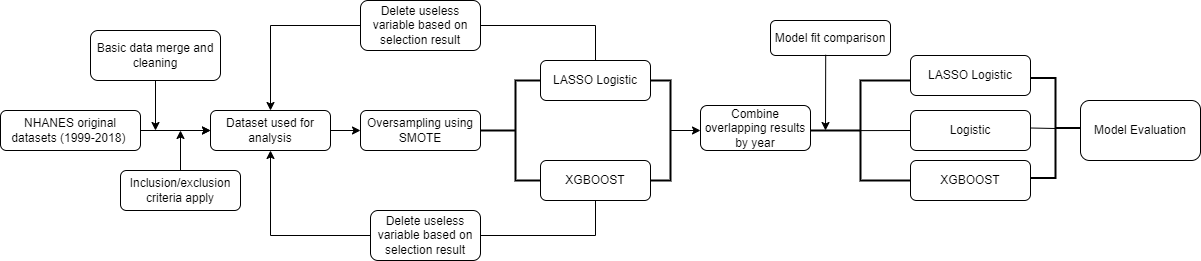
Before: Results/Flowchart.drawio.png, a diagram exported from draw.io (xuetao666/625_Group5). Source tidied: cells renumbered, new cells last; positions are measured from the earlier drawing's top-left corner, leaving out a move shared by most shapes.
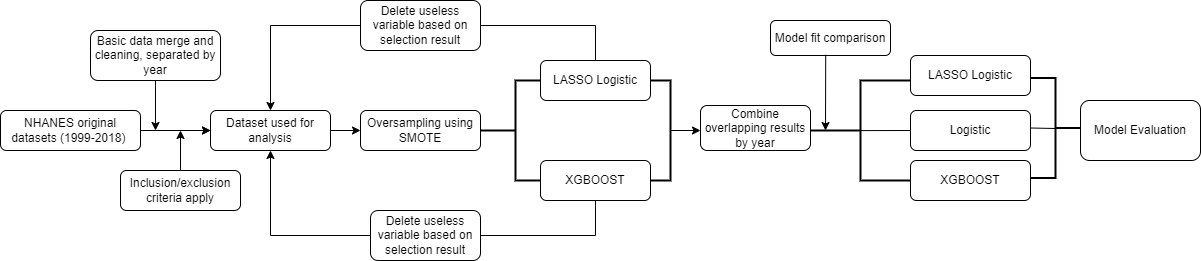
The same file after the commit.

What changed in the source:
```diff
@@ -16,7 +16,7 @@
         <mxPoint x="155" y="130" as="targetPoint" />
       </mxGeometry>
     </mxCell>
-    <mxCell id="6" value="Basic data merge and cleaning" style="rounded=1;whiteSpace=wrap;html=1;" parent="1" vertex="1">
+    <mxCell id="6" value="Basic data merge and cleaning, separated by year" style="rounded=1;whiteSpace=wrap;html=1;" parent="1" vertex="1">
       <mxGeometry x="90" y="30" width="130" height="50" as="geometry" />
     </mxCell>
     <mxCell id="7" style="edgeStyle=orthogonalEdgeStyle;rounded=0;jettySize=auto;html=1;" parent="1" edge="1" source="8" target="9">
```
